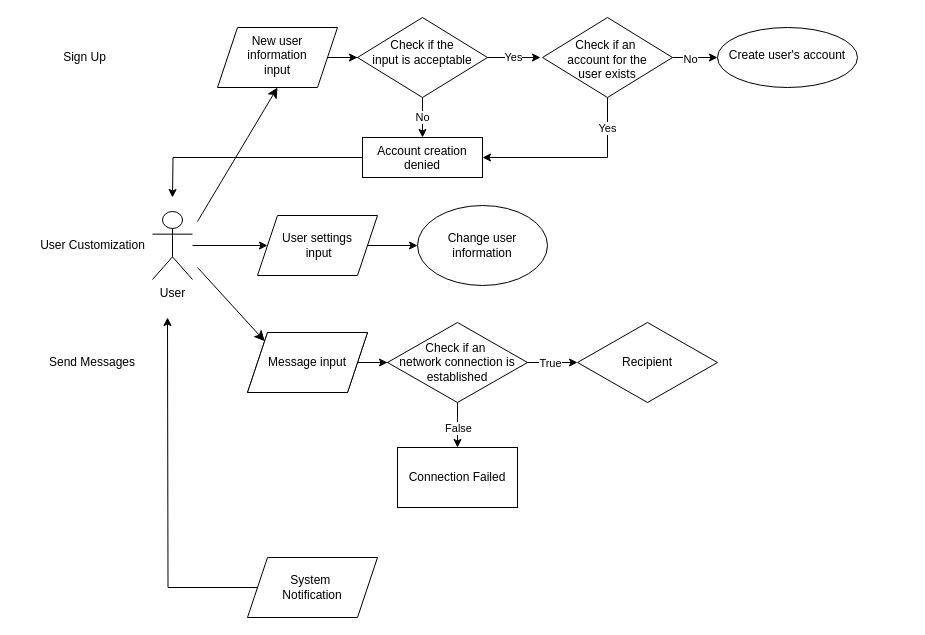
Earlier version of the draw.io diagram context.drawio (M4RL1M/CPSC-362-Chat-App-Project). Source tidied: cells renumbered, new cells numbered last; positions are measured from the earlier drawing's top-left corner, leaving out a move shared by most shapes. Both pictures are drawn from the tidied source at 100%, with x=0, y=0 at pixel (17, 17).
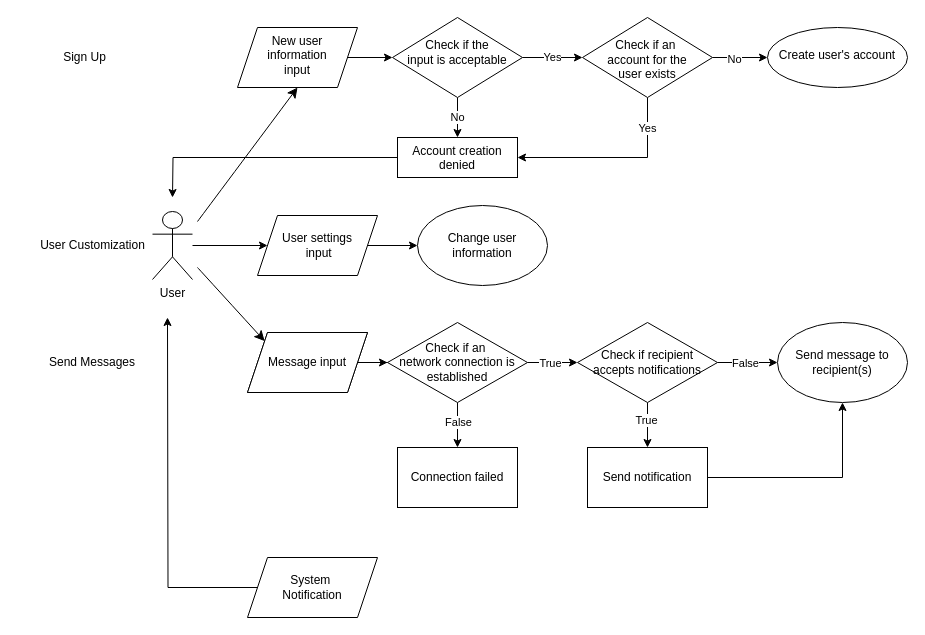
Above is the later version.

Commit message:
Send Message context.drawio

The change refers to these unchanged cells:
```xml
<mxCell id="27" style="edgeStyle=orthogonalEdgeStyle;rounded=0;jettySize=auto;html=1;" parent="1" edge="1" source="31" target="33">
  <mxGeometry relative="1" as="geometry" />
</mxCell>
```

Diff of the diagram source:
```diff
@@
     <mxCell id="6" value="&lt;div&gt;&lt;br&gt;&lt;/div&gt;Check&amp;nbsp;&lt;span style=&quot;background-color: initial;&quot;&gt;if an&amp;nbsp;&lt;/span&gt;&lt;div&gt;&lt;div&gt;account&amp;nbsp;&lt;span style=&quot;background-color: initial;&quot;&gt;for the&lt;/span&gt;&lt;/div&gt;&lt;div&gt;&lt;span style=&quot;background-color: initial;&quot;&gt;user exists&lt;/span&gt;&lt;/div&gt;&lt;/div&gt;" style="rhombus;whiteSpace=wrap;html=1;verticalAlign=top;" parent="1" vertex="1">
-      <mxGeometry x="525" width="130" height="80" as="geometry" />
+      <mxGeometry x="565" width="130" height="80" as="geometry" />
     </mxCell>
@@
     <mxCell id="8" value="New user&lt;div&gt;information&lt;/div&gt;&lt;div&gt;input&lt;/div&gt;" style="shape=parallelogram;perimeter=parallelogramPerimeter;whiteSpace=wrap;html=1;fixedSize=1;verticalAlign=top;" parent="1" vertex="1">
-      <mxGeometry x="200" y="10" width="120" height="60" as="geometry" />
+      <mxGeometry x="220" y="10" width="120" height="60" as="geometry" />
     </mxCell>
@@
     <mxCell id="10" value="&lt;div&gt;&lt;span style=&quot;background-color: initial;&quot;&gt;Account creation denied&lt;/span&gt;&lt;br&gt;&lt;/div&gt;" style="whiteSpace=wrap;html=1;verticalAlign=top;" parent="1" vertex="1">
-      <mxGeometry x="345" y="120" width="120" height="40" as="geometry" />
+      <mxGeometry x="380" y="120" width="120" height="40" as="geometry" />
     </mxCell>
@@
     <mxCell id="12" value="&lt;div&gt;&lt;br&gt;&lt;/div&gt;&lt;div&gt;Create user's account&lt;/div&gt;" style="ellipse;whiteSpace=wrap;html=1;verticalAlign=top;" parent="1" vertex="1">
-      <mxGeometry x="700" y="10" width="140" height="60" as="geometry" />
+      <mxGeometry x="750" y="10" width="140" height="60" as="geometry" />
     </mxCell>
@@
+    <mxCell id="25" value="No" style="edgeStyle=orthogonalEdgeStyle;rounded=0;jettySize=auto;html=1;entryX=0.5;entryY=0;entryDx=0;entryDy=0;" parent="1" edge="1" source="26" target="10">
+      <mxGeometry relative="1" as="geometry" />
+    </mxCell>
-    <mxCell id="24" value="Yes" style="edgeStyle=orthogonalEdgeStyle;rounded=0;orthogonalLoop=1;jettySize=auto;html=1;exitX=1;exitY=0.5;exitDx=0;exitDy=0;entryX=0;entryY=0.5;entryDx=0;entryDy=0;" parent="1" edge="1">
-      <mxGeometry relative="1" as="geometry">
-        <mxPoint x="468" y="40" as="sourcePoint" />
-        <mxPoint x="523" y="40" as="targetPoint" />
-      </mxGeometry>
+    <mxCell id="24" value="Yes" style="edgeStyle=orthogonalEdgeStyle;rounded=0;jettySize=auto;html=1;exitX=1;exitY=0.5;exitDx=0;exitDy=0;entryX=0;entryY=0.5;entryDx=0;entryDy=0;" parent="1" edge="1" source="26" target="6">
+      <mxGeometry relative="1" as="geometry" />
     </mxCell>
-    <mxCell id="25" value="No" style="edgeStyle=orthogonalEdgeStyle;rounded=0;jettySize=auto;html=1;entryX=0.5;entryY=0;entryDx=0;entryDy=0;" parent="1" edge="1" source="26" target="10">
-      <mxGeometry relative="1" as="geometry" />
-    </mxCell>
     <mxCell id="26" value="&lt;div&gt;&lt;br&gt;&lt;/div&gt;&lt;div&gt;Check if the&lt;/div&gt;&lt;div&gt;input is acceptable&lt;/div&gt;" style="rhombus;whiteSpace=wrap;html=1;verticalAlign=top;" parent="1" vertex="1">
-      <mxGeometry x="340" width="130" height="80" as="geometry" />
+      <mxGeometry x="375" width="130" height="80" as="geometry" />
     </mxCell>
@@
     <mxCell id="28" value="False" style="edgeLabel;html=1;align=center;verticalAlign=middle;" parent="27" vertex="1">
       <mxGeometry x="0.11" y="1" relative="1" as="geometry">
-        <mxPoint x="-1" as="offset" />
+        <mxPoint x="-1" y="-6" as="offset" />
       </mxGeometry>
     </mxCell>
@@
-    <mxCell id="33" value="Connection Failed" style="whiteSpace=wrap;html=1;" parent="1" vertex="1">
+    <mxCell id="33" value="Connection failed" style="whiteSpace=wrap;html=1;" parent="1" vertex="1">
       <mxGeometry x="380" y="430" width="120" height="60" as="geometry" />
     </mxCell>
+    <mxCell id="37" style="edgeStyle=orthogonalEdgeStyle;rounded=0;orthogonalLoop=1;jettySize=auto;html=1;" parent="1" edge="1">
+      <mxGeometry relative="1" as="geometry">
+        <mxPoint x="630" y="385" as="sourcePoint" />
+        <mxPoint x="630" y="430" as="targetPoint" />
+      </mxGeometry>
+    </mxCell>
+    <mxCell id="38" value="True" style="edgeLabel;html=1;align=center;verticalAlign=middle;" parent="37" vertex="1">
+      <mxGeometry x="-0.37" relative="1" as="geometry">
+        <mxPoint x="-2" y="3" as="offset" />
+      </mxGeometry>
+    </mxCell>
+    <mxCell id="39" style="edgeStyle=orthogonalEdgeStyle;rounded=0;jettySize=auto;html=1;" parent="1" edge="1" source="34" target="43">
+      <mxGeometry relative="1" as="geometry" />
+    </mxCell>
+    <mxCell id="40" value="False" style="edgeLabel;html=1;align=center;verticalAlign=middle;" parent="39" vertex="1">
+      <mxGeometry x="-0.1" relative="1" as="geometry" />
+    </mxCell>
-    <mxCell id="34" value="Recipient" style="rhombus;whiteSpace=wrap;html=1;" parent="1" vertex="1">
+    <mxCell id="34" value="Check if recipient&lt;div&gt;accepts notifications&lt;/div&gt;" style="rhombus;whiteSpace=wrap;html=1;" parent="1" vertex="1">
       <mxGeometry x="560" y="305" width="140" height="80" as="geometry" />
     </mxCell>
@@
+    <mxCell id="41" style="edgeStyle=orthogonalEdgeStyle;rounded=0;jettySize=auto;html=1;entryX=0.5;entryY=1;entryDx=0;entryDy=0;" parent="1" edge="1" source="42" target="43">
+      <mxGeometry relative="1" as="geometry" />
+    </mxCell>
+    <mxCell id="42" value="Send notification" style="whiteSpace=wrap;html=1;" parent="1" vertex="1">
+      <mxGeometry x="570" y="430" width="120" height="60" as="geometry" />
+    </mxCell>
+    <mxCell id="43" value="Send message to recipient(s)" style="ellipse;whiteSpace=wrap;html=1;" parent="1" vertex="1">
+      <mxGeometry x="760" y="305" width="130" height="80" as="geometry" />
+    </mxCell>
```
